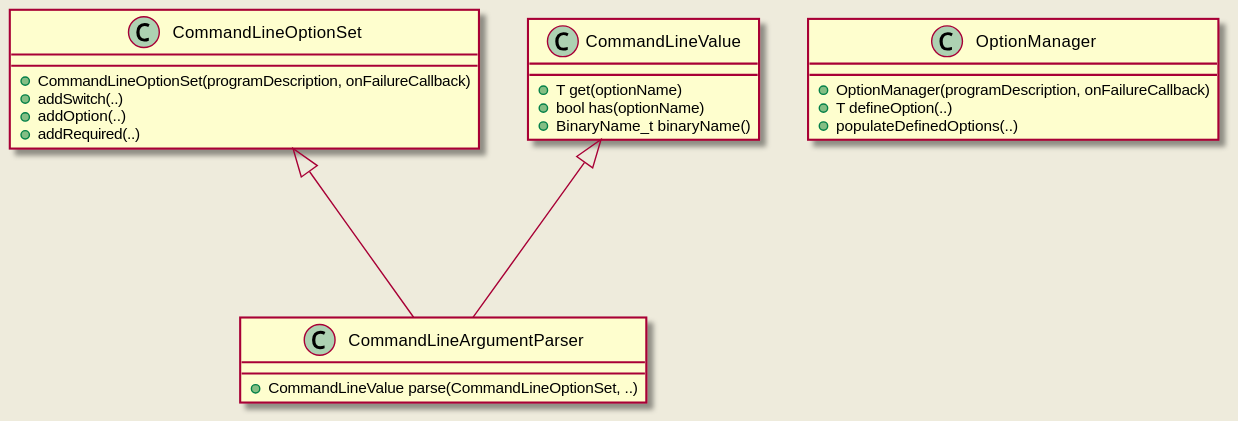
The PlantUML diagram doc/website/images/command_line_parser_class_overview.svg in eclipse-iceoryx/iceoryx, before a commit. Its source is kept beside it as doc/design/diagrams/command_line_parser/command_line_parser_class_overview.puml.
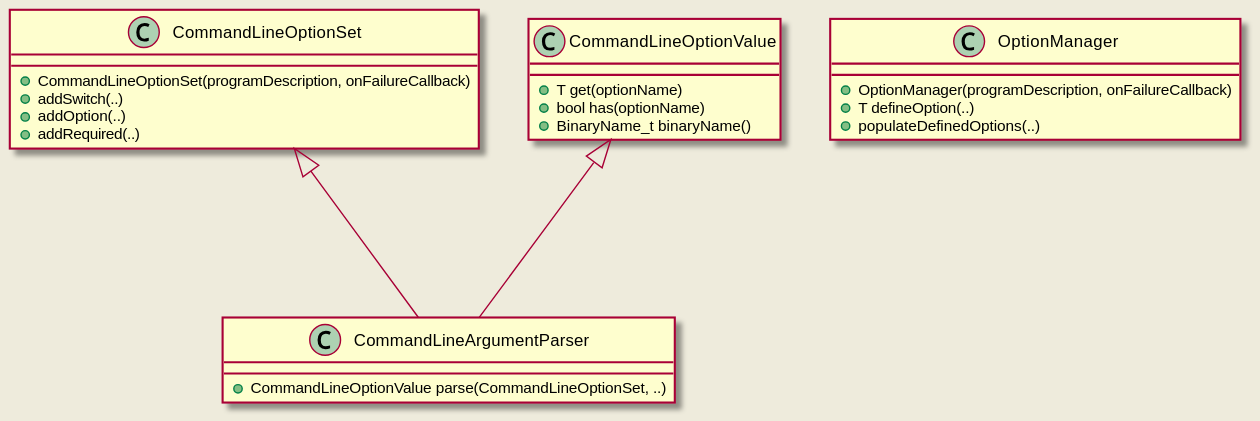
Later version of the same file.

The edit, as a diff of the source:
```diff
@@ -7,18 +7,18 @@
     +addRequired(..)
 }
 
-class CommandLineValue {
+class CommandLineOptionValue {
     +T get(optionName)
     +bool has(optionName)
     +BinaryName_t binaryName()
 }
 
 class CommandLineArgumentParser {
-    +CommandLineValue parse(CommandLineOptionSet, ..)
+    +CommandLineOptionValue parse(CommandLineOptionSet, ..)
 }
 
 CommandLineOptionSet <|--- CommandLineArgumentParser
-CommandLineValue <|--- CommandLineArgumentParser
+CommandLineOptionValue <|--- CommandLineArgumentParser
 
 class OptionManager {
     +OptionManager(programDescription, onFailureCallback)
```
